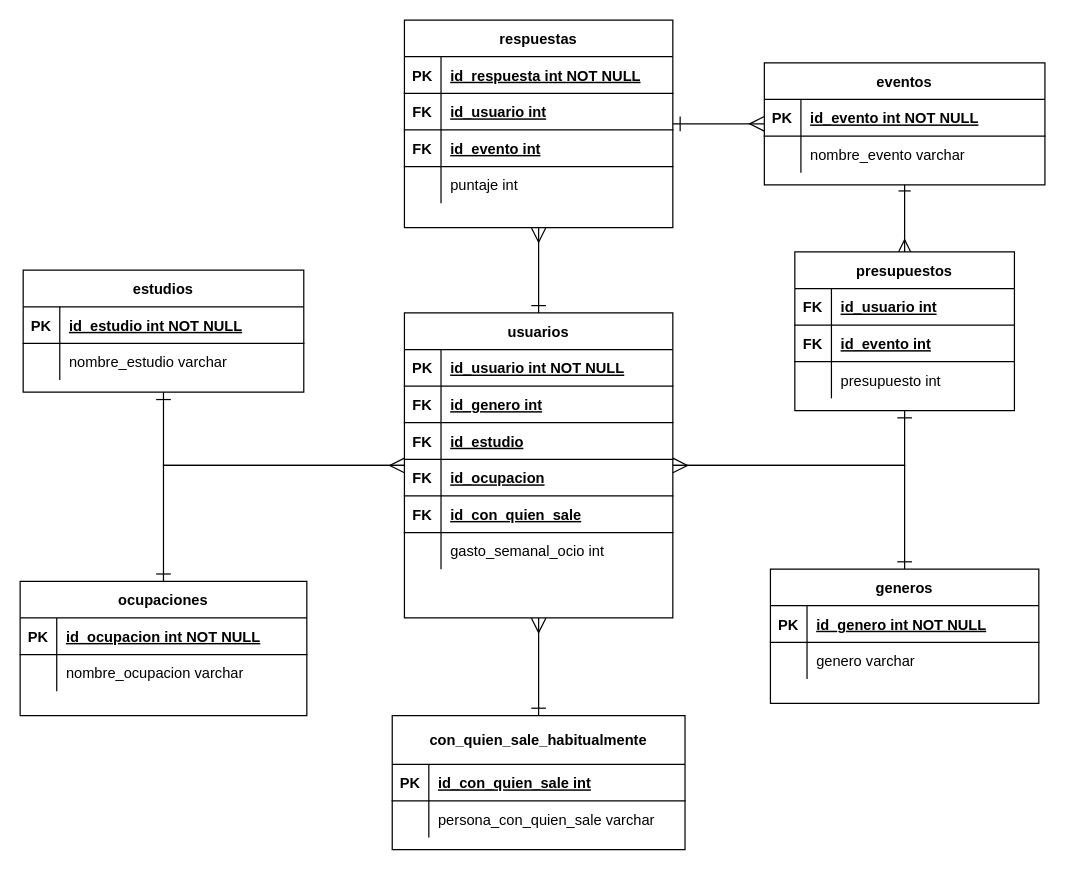
This is diseño_bd/diagrama bd.drawio from Dhliv/PFBD, a draw.io file, before an edit. Source tidied: cells renumbered, new cells numbered last; positions are measured from the earlier drawing's top-left corner, leaving out a move shared by most shapes. Both pictures are drawn from the tidied source at 122%, with x=0, y=0 at pixel (20, 20).
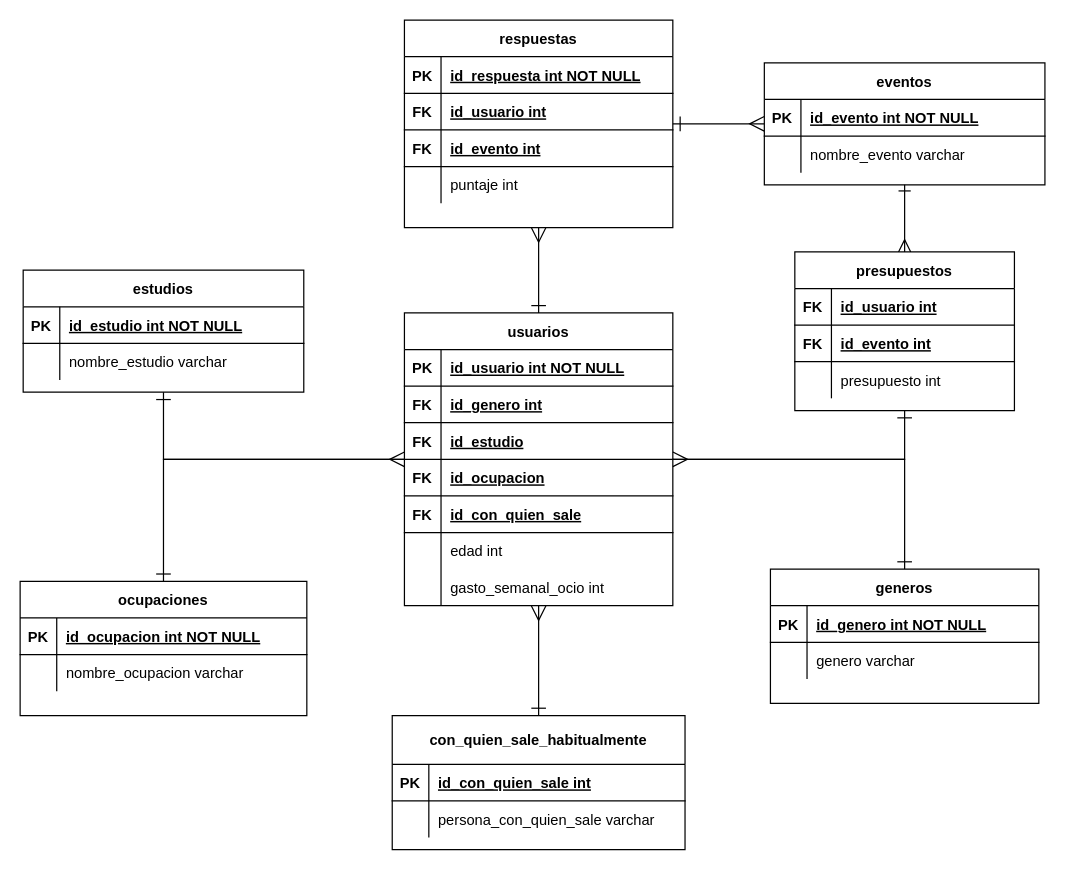
The same page after the edit.

Commit message (it also covers changes not shown here):
modificacion de sql: edad, agregando usuarios

Change to the diagram source:
```diff
@@
     <mxCell id="49" value="usuarios" style="shape=table;startSize=30;childLayout=tableLayout;rowLines=0;fontStyle=1;align=center;strokeColor=#000000;" parent="1" vertex="1">
-      <mxGeometry x="315" y="240" width="220" height="250" as="geometry" />
+      <mxGeometry x="315" y="240" width="220" height="240" as="geometry" />
     </mxCell>
@@
+    <mxCell id="87" style="shape=partialRectangle;fillColor=none;top=0;left=0;bottom=0;right=0;" parent="49" vertex="1">
+      <mxGeometry y="180" width="220" height="30" as="geometry" />
+    </mxCell>
+    <mxCell id="88" style="shape=partialRectangle;fillColor=none;top=0;left=0;bottom=0;right=0;overflow=hidden;" parent="87" vertex="1">
+      <mxGeometry width="30" height="30" as="geometry" />
+    </mxCell>
+    <mxCell id="89" value="edad int" style="shape=partialRectangle;fillColor=none;top=0;left=0;bottom=0;right=0;align=left;spacingLeft=6;overflow=hidden;" parent="87" vertex="1">
+      <mxGeometry x="30" width="190" height="30" as="geometry" />
+    </mxCell>
     <mxCell id="65" style="shape=partialRectangle;fillColor=none;top=0;left=0;bottom=0;right=0;" parent="49" vertex="1">
-      <mxGeometry y="180" width="220" height="30" as="geometry" />
+      <mxGeometry y="210" width="220" height="30" as="geometry" />
     </mxCell>
```
